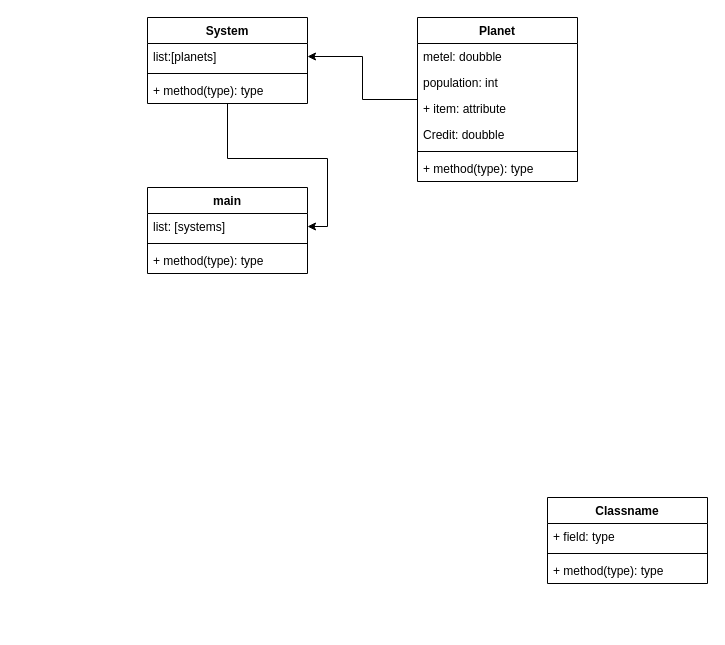
Above: Ressorses/drawing and UML/UML.drawio in krixzy/space_survicers (draw.io), before the change. Source tidied: cells renumbered, new cells numbered last; positions are measured from the earlier drawing's top-left corner, leaving out a move shared by most shapes. Both pictures are drawn from the tidied source at 100%, with x=0, y=0 at pixel (147, 17).
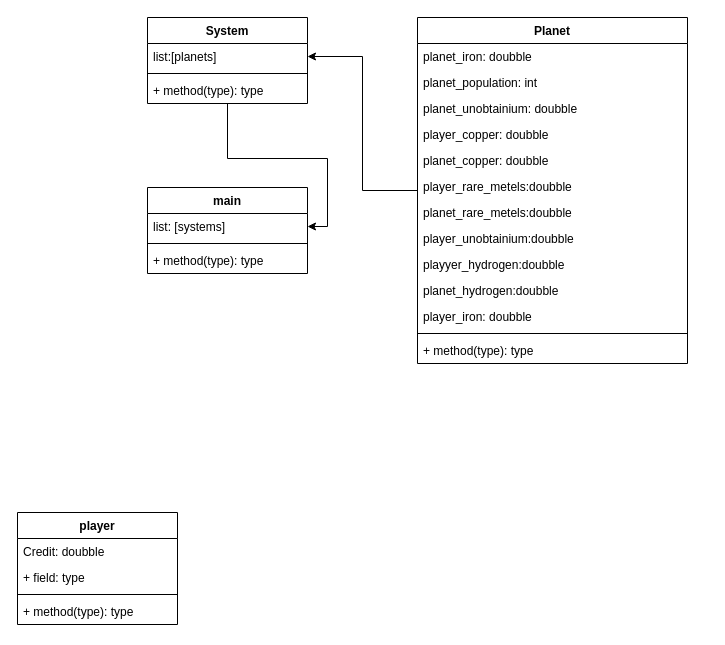
The same page after the edit.

The edit, as a diff of the source:
```diff
@@
     <mxCell id="8" value="Planet" style="swimlane;fontStyle=1;align=center;verticalAlign=top;horizontal=1;startSize=26;whiteSpace=wrap;html=1;" parent="1" vertex="1">
-      <mxGeometry x="270" width="160" height="164" as="geometry" />
+      <mxGeometry x="270" width="270" height="346" as="geometry" />
     </mxCell>
-    <mxCell id="9" value="metel: doubble" style="text;strokeColor=none;fillColor=none;align=left;verticalAlign=top;spacingLeft=4;spacingRight=4;overflow=hidden;whiteSpace=wrap;html=1;" parent="8" vertex="1">
-      <mxGeometry y="26" width="160" height="26" as="geometry" />
+    <mxCell id="9" value="planet_iron: doubble" style="text;strokeColor=none;fillColor=none;align=left;verticalAlign=top;spacingLeft=4;spacingRight=4;overflow=hidden;whiteSpace=wrap;html=1;" parent="8" vertex="1">
+      <mxGeometry y="26" width="270" height="26" as="geometry" />
     </mxCell>
-    <mxCell id="10" value="population: int" style="text;strokeColor=none;fillColor=none;align=left;verticalAlign=top;spacingLeft=4;spacingRight=4;overflow=hidden;whiteSpace=wrap;html=1;" parent="8" vertex="1">
-      <mxGeometry y="52" width="160" height="26" as="geometry" />
+    <mxCell id="10" value="planet_population: int" style="text;strokeColor=none;fillColor=none;align=left;verticalAlign=top;spacingLeft=4;spacingRight=4;overflow=hidden;whiteSpace=wrap;html=1;" parent="8" vertex="1">
+      <mxGeometry y="52" width="270" height="26" as="geometry" />
     </mxCell>
+    <mxCell id="23" value="planet_unobtainium: doubble" style="text;strokeColor=none;fillColor=none;align=left;verticalAlign=top;spacingLeft=4;spacingRight=4;overflow=hidden;whiteSpace=wrap;html=1;" parent="8" vertex="1">
+      <mxGeometry y="78" width="270" height="26" as="geometry" />
+    </mxCell>
+    <mxCell id="24" value="player_copper: doubble" style="text;strokeColor=none;fillColor=none;align=left;verticalAlign=top;spacingLeft=4;spacingRight=4;overflow=hidden;whiteSpace=wrap;html=1;" parent="8" vertex="1">
+      <mxGeometry y="104" width="270" height="26" as="geometry" />
+    </mxCell>
+    <mxCell id="25" value="planet_copper: doubble" style="text;strokeColor=none;fillColor=none;align=left;verticalAlign=top;spacingLeft=4;spacingRight=4;overflow=hidden;whiteSpace=wrap;html=1;" parent="8" vertex="1">
+      <mxGeometry y="130" width="270" height="26" as="geometry" />
+    </mxCell>
+    <mxCell id="26" value="player_rare_metels:doubble" style="text;strokeColor=none;fillColor=none;align=left;verticalAlign=top;spacingLeft=4;spacingRight=4;overflow=hidden;whiteSpace=wrap;html=1;" parent="8" vertex="1">
+      <mxGeometry y="156" width="270" height="26" as="geometry" />
+    </mxCell>
+    <mxCell id="27" value="planet_rare_metels:doubble" style="text;strokeColor=none;fillColor=none;align=left;verticalAlign=top;spacingLeft=4;spacingRight=4;overflow=hidden;whiteSpace=wrap;html=1;" parent="8" vertex="1">
+      <mxGeometry y="182" width="270" height="26" as="geometry" />
+    </mxCell>
+    <mxCell id="28" value="player_unobtainium:doubble" style="text;strokeColor=none;fillColor=none;align=left;verticalAlign=top;spacingLeft=4;spacingRight=4;overflow=hidden;whiteSpace=wrap;html=1;" parent="8" vertex="1">
+      <mxGeometry y="208" width="270" height="26" as="geometry" />
+    </mxCell>
+    <mxCell id="29" value="playyer_hydrogen:doubble" style="text;strokeColor=none;fillColor=none;align=left;verticalAlign=top;spacingLeft=4;spacingRight=4;overflow=hidden;whiteSpace=wrap;html=1;" parent="8" vertex="1">
+      <mxGeometry y="234" width="270" height="26" as="geometry" />
+    </mxCell>
+    <mxCell id="30" value="planet_hydrogen:doubble&lt;br&gt;" style="text;strokeColor=none;fillColor=none;align=left;verticalAlign=top;spacingLeft=4;spacingRight=4;overflow=hidden;whiteSpace=wrap;html=1;" parent="8" vertex="1">
+      <mxGeometry y="260" width="270" height="26" as="geometry" />
+    </mxCell>
-    <mxCell id="11" value="+ item: attribute" style="text;strokeColor=none;fillColor=none;align=left;verticalAlign=top;spacingLeft=4;spacingRight=4;overflow=hidden;whiteSpace=wrap;html=1;" parent="8" vertex="1">
-      <mxGeometry y="78" width="160" height="26" as="geometry" />
+    <mxCell id="11" value="player_iron: doubble" style="text;strokeColor=none;fillColor=none;align=left;verticalAlign=top;spacingLeft=4;spacingRight=4;overflow=hidden;whiteSpace=wrap;html=1;" parent="8" vertex="1">
+      <mxGeometry y="286" width="270" height="26" as="geometry" />
     </mxCell>
-    <mxCell id="12" value="Credit: doubble&lt;br&gt;" style="text;strokeColor=none;fillColor=none;align=left;verticalAlign=top;spacingLeft=4;spacingRight=4;overflow=hidden;whiteSpace=wrap;html=1;" parent="8" vertex="1">
-      <mxGeometry y="104" width="160" height="26" as="geometry" />
-    </mxCell>
     <mxCell id="13" style="line;strokeWidth=1;fillColor=none;align=left;verticalAlign=middle;spacingTop=-1;spacingLeft=3;spacingRight=3;labelPosition=right;strokeColor=inherit;" parent="8" vertex="1">
-      <mxGeometry y="130" width="160" height="8" as="geometry" />
+      <mxGeometry y="312" width="270" height="8" as="geometry" />
     </mxCell>
     <mxCell id="14" value="+ method(type): type" style="text;strokeColor=none;fillColor=none;align=left;verticalAlign=top;spacingLeft=4;spacingRight=4;overflow=hidden;whiteSpace=wrap;html=1;" parent="8" vertex="1">
-      <mxGeometry y="138" width="160" height="26" as="geometry" />
+      <mxGeometry y="320" width="270" height="26" as="geometry" />
     </mxCell>
@@
-    <mxCell id="19" value="Classname" style="swimlane;fontStyle=1;align=center;verticalAlign=top;horizontal=1;startSize=26;whiteSpace=wrap;html=1;" parent="1" vertex="1">
-      <mxGeometry x="400" y="480" width="160" height="86" as="geometry" />
-    </mxCell>
+    <mxCell id="31" value="player" style="swimlane;fontStyle=1;align=center;verticalAlign=top;horizontal=1;startSize=26;whiteSpace=wrap;html=1;" parent="1" vertex="1">
+      <mxGeometry x="-130" y="495" width="160" height="112" as="geometry" />
+    </mxCell>
+    <mxCell id="12" value="Credit: doubble&lt;br&gt;" style="text;strokeColor=none;fillColor=none;align=left;verticalAlign=top;spacingLeft=4;spacingRight=4;overflow=hidden;whiteSpace=wrap;html=1;" parent="31" vertex="1">
+      <mxGeometry y="26" width="160" height="26" as="geometry" />
+    </mxCell>
-    <mxCell id="20" value="+ field: type" style="text;strokeColor=none;fillColor=none;align=left;verticalAlign=top;spacingLeft=4;spacingRight=4;overflow=hidden;whiteSpace=wrap;html=1;" parent="19" vertex="1">
-      <mxGeometry y="26" width="160" height="26" as="geometry" />
+    <mxCell id="20" value="+ field: type" style="text;strokeColor=none;fillColor=none;align=left;verticalAlign=top;spacingLeft=4;spacingRight=4;overflow=hidden;whiteSpace=wrap;html=1;" parent="31" vertex="1">
+      <mxGeometry y="52" width="160" height="26" as="geometry" />
     </mxCell>
-    <mxCell id="21" style="line;strokeWidth=1;fillColor=none;align=left;verticalAlign=middle;spacingTop=-1;spacingLeft=3;spacingRight=3;labelPosition=right;strokeColor=inherit;" parent="19" vertex="1">
-      <mxGeometry y="52" width="160" height="8" as="geometry" />
-    </mxCell>
+    <mxCell id="32" style="line;strokeWidth=1;fillColor=none;align=left;verticalAlign=middle;spacingTop=-1;spacingLeft=3;spacingRight=3;labelPosition=right;strokeColor=inherit;" parent="31" vertex="1">
+      <mxGeometry y="78" width="160" height="8" as="geometry" />
+    </mxCell>
-    <mxCell id="22" value="+ method(type): type" style="text;strokeColor=none;fillColor=none;align=left;verticalAlign=top;spacingLeft=4;spacingRight=4;overflow=hidden;whiteSpace=wrap;html=1;" parent="19" vertex="1">
-      <mxGeometry y="60" width="160" height="26" as="geometry" />
+    <mxCell id="22" value="+ method(type): type" style="text;strokeColor=none;fillColor=none;align=left;verticalAlign=top;spacingLeft=4;spacingRight=4;overflow=hidden;whiteSpace=wrap;html=1;" parent="31" vertex="1">
+      <mxGeometry y="86" width="160" height="26" as="geometry" />
     </mxCell>
```
